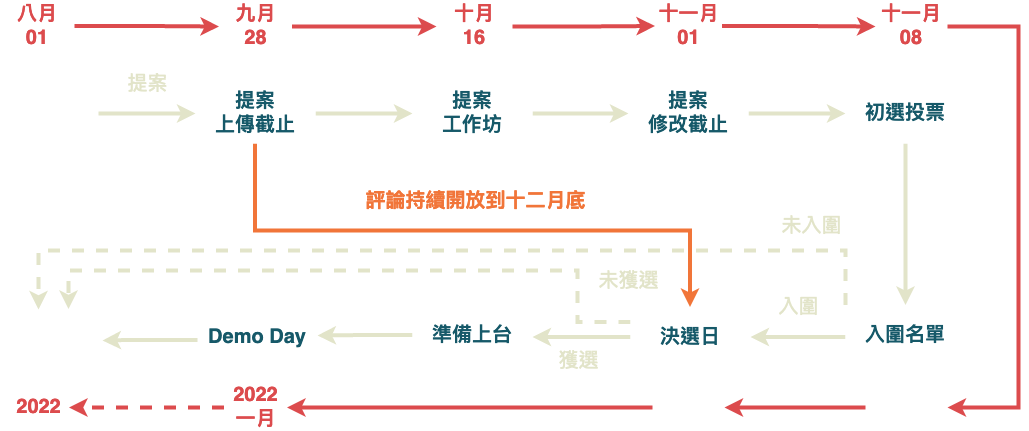
Before: static/assets/img/opencall2021-22.png, a diagram exported from draw.io (g0v/sch001-net). Source tidied: cells renumbered, new cells last; positions are measured from the earlier drawing's top-left corner, leaving out a move shared by most shapes.
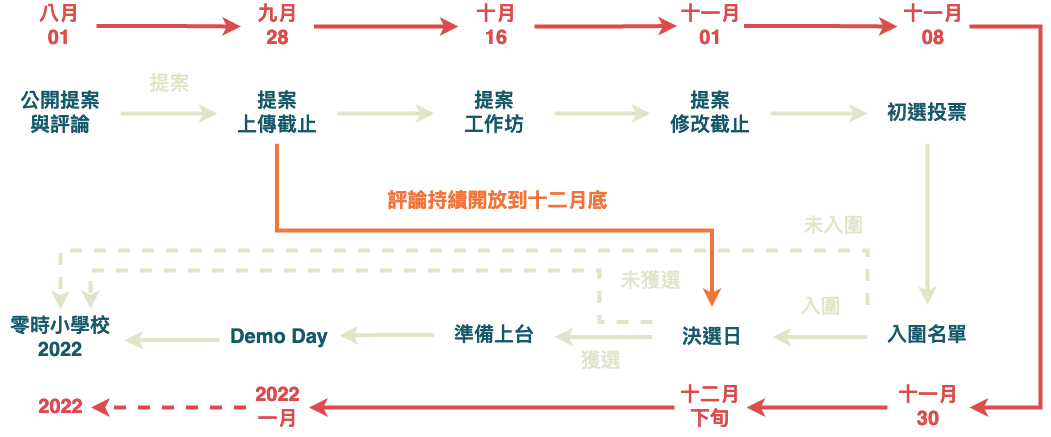
The same diagram one commit later.

What changed in the source:
```diff
@@ -34,7 +34,7 @@
     <mxCell id="8" value="&lt;div&gt;提案&lt;/div&gt;&lt;div&gt;工作坊&lt;/div&gt;" style="rounded=0;whiteSpace=wrap;html=1;fontSize=20;fontStyle=1;strokeColor=none;fontColor=#165969;" parent="1" vertex="1">
       <mxGeometry x="412" y="83" width="120" height="60" as="geometry" />
     </mxCell>
-    <mxCell id="9" style="edgeStyle=orthogonalEdgeStyle;rounded=0;html=1;jettySize=auto;strokeColor=#E2E4C9;fontColor=#E2E4C9;labelBackgroundColor=none;fontSize=20;strokeWidth=4;" parent="1" edge="1" source="11" target="38">
+    <mxCell id="9" style="edgeStyle=orthogonalEdgeStyle;rounded=0;html=1;jettySize=auto;strokeColor=#E2E4C9;fontColor=#E2E4C9;labelBackgroundColor=none;fontSize=20;strokeWidth=4;" parent="1" edge="1" source="11" target="41">
       <mxGeometry x="0.01" y="43" relative="1" as="geometry" />
     </mxCell>
     <mxCell id="10" value="篩去&lt;br style=&quot;font-size: 20px;&quot;&gt;資格不符&lt;br style=&quot;font-size: 20px;&quot;&gt;提案" style="edgeLabel;html=1;align=center;verticalAlign=middle;fontColor=#FFFFFF;labelBackgroundColor=none;fontSize=20;" parent="9" vertex="1">
@@ -63,9 +63,8 @@
         <mxPoint x="-10" y="28" as="offset" />
       </mxGeometry>
     </mxCell>
-    <mxCell id="15" style="edgeStyle=orthogonalEdgeStyle;rounded=0;html=1;exitX=0;exitY=0.25;entryX=0.75;entryY=0;dashed=1;labelBackgroundColor=none;jettySize=auto;strokeColor=#E2E4C9;strokeWidth=4;fontSize=20;fontColor=#E2E4C9;entryDx=0;entryDy=0;" parent="1" edge="1" source="17">
+    <mxCell id="15" style="edgeStyle=orthogonalEdgeStyle;rounded=0;html=1;exitX=0;exitY=0.25;entryX=0.75;entryY=0;dashed=1;labelBackgroundColor=none;jettySize=auto;strokeColor=#E2E4C9;strokeWidth=4;fontSize=20;fontColor=#E2E4C9;entryDx=0;entryDy=0;" parent="1" edge="1" source="17" target="20">
       <mxGeometry relative="1" as="geometry">
-        <mxPoint x="68" y="308.5" as="targetPoint" />
         <Array as="points">
           <mxPoint x="577" y="322" />
           <mxPoint x="577" y="270" />
@@ -89,118 +88,124 @@
     <mxCell id="19" value="準備上台" style="rounded=0;whiteSpace=wrap;html=1;fontSize=20;fontStyle=1;strokeColor=none;fontColor=#165969;" parent="1" vertex="1">
       <mxGeometry x="412" y="304.5" width="120" height="60" as="geometry" />
     </mxCell>
-    <mxCell id="20" style="edgeStyle=orthogonalEdgeStyle;rounded=0;html=1;jettySize=auto;strokeColor=#E2E4C9;strokeWidth=4;" parent="1" edge="1" target="6">
-      <mxGeometry relative="1" as="geometry">
-        <mxPoint x="98" y="113" as="sourcePoint" />
-      </mxGeometry>
+    <mxCell id="20" value="&lt;div&gt;零時小學校&lt;/div&gt;&lt;div&gt;2022&lt;/div&gt;" style="rounded=0;whiteSpace=wrap;html=1;dashed=1;fontSize=20;fontStyle=1;strokeColor=none;fontColor=#165969;" parent="1" vertex="1">
+      <mxGeometry x="-22" y="308.5" width="120" height="58" as="geometry" />
     </mxCell>
-    <mxCell id="21" value="提案" style="text;html=1;align=center;verticalAlign=middle;labelBackgroundColor=none;fontColor=#E2E4C9;fontSize=20;" parent="20" vertex="1">
-      <mxGeometry x="-0.13" y="-3" relative="1" as="geometry">
-        <mxPoint x="6" y="-33" as="offset" />
+    <mxCell id="21" style="edgeStyle=orthogonalEdgeStyle;rounded=0;html=1;jettySize=auto;strokeColor=#E2E4C9;strokeWidth=4;" parent="1" edge="1" target="6">
+      <mxGeometry relative="1" as="geometry">
+        <mxPoint x="98" y="113" as="sourcePoint" />
       </mxGeometry>
     </mxCell>
-    <mxCell id="22" style="edgeStyle=orthogonalEdgeStyle;rounded=0;html=1;exitX=1;exitY=0.5;jettySize=auto;strokeColor=#DC4B4D;fontSize=50;fontColor=#DC4B4D;strokeWidth=4;" parent="1" edge="1" source="23" target="25">
-      <mxGeometry relative="1" as="geometry" />
+    <mxCell id="22" value="提案" style="text;html=1;align=center;verticalAlign=middle;labelBackgroundColor=none;fontColor=#E2E4C9;fontSize=20;" parent="21" vertex="1">
+      <mxGeometry x="-0.13" y="-3" relative="1" as="geometry">
+        <mxPoint x="6" y="-33" as="offset" />
+      </mxGeometry>
     </mxCell>
-    <mxCell id="23" value="&lt;span&gt;九月&lt;br&gt;&lt;/span&gt;28" style="text;html=1;strokeColor=none;fillColor=none;align=center;verticalAlign=middle;whiteSpace=wrap;rounded=0;fontColor=#DC4B4D;fontSize=20;fontStyle=1;" parent="1" vertex="1">
-      <mxGeometry x="218.5" y="11" width="73" height="30" as="geometry" />
+    <mxCell id="23" style="edgeStyle=orthogonalEdgeStyle;rounded=0;html=1;exitX=1;exitY=0.5;jettySize=auto;strokeColor=#DC4B4D;fontSize=50;fontColor=#DC4B4D;strokeWidth=4;" parent="1" edge="1" source="24" target="26">
+      <mxGeometry relative="1" as="geometry" />
     </mxCell>
-    <mxCell id="24" style="edgeStyle=orthogonalEdgeStyle;rounded=0;html=1;jettySize=auto;strokeColor=#DC4B4D;strokeWidth=4;fontColor=#DC4B4D;" parent="1" edge="1" source="25" target="27">
-      <mxGeometry relative="1" as="geometry" />
+    <mxCell id="24" value="&lt;span&gt;九月&lt;br&gt;&lt;/span&gt;28" style="text;html=1;strokeColor=none;fillColor=none;align=center;verticalAlign=middle;whiteSpace=wrap;rounded=0;fontColor=#DC4B4D;fontSize=20;fontStyle=1;" parent="1" vertex="1">
+      <mxGeometry x="218.5" y="11" width="73" height="30" as="geometry" />
     </mxCell>
-    <mxCell id="25" value="&lt;span&gt;&lt;font&gt;十月&lt;br&gt;16&lt;br&gt;&lt;/font&gt;&lt;/span&gt;" style="text;html=1;strokeColor=none;fillColor=none;align=center;verticalAlign=middle;whiteSpace=wrap;rounded=0;fontColor=#DC4B4D;fontSize=20;fontStyle=1;" parent="1" vertex="1">
-      <mxGeometry x="436" y="10.5" width="76" height="31" as="geometry" />
+    <mxCell id="25" style="edgeStyle=orthogonalEdgeStyle;rounded=0;html=1;jettySize=auto;strokeColor=#DC4B4D;strokeWidth=4;fontColor=#DC4B4D;" parent="1" edge="1" source="26" target="28">
+      <mxGeometry relative="1" as="geometry" />
     </mxCell>
-    <mxCell id="26" style="edgeStyle=orthogonalEdgeStyle;rounded=0;html=1;jettySize=auto;strokeColor=#DC4B4D;strokeWidth=4;fontColor=#DC4B4D;" parent="1" edge="1" source="27" target="28">
-      <mxGeometry relative="1" as="geometry" />
+    <mxCell id="26" value="&lt;span&gt;&lt;font&gt;十月&lt;br&gt;16&lt;br&gt;&lt;/font&gt;&lt;/span&gt;" style="text;html=1;strokeColor=none;fillColor=none;align=center;verticalAlign=middle;whiteSpace=wrap;rounded=0;fontColor=#DC4B4D;fontSize=20;fontStyle=1;" parent="1" vertex="1">
+      <mxGeometry x="436" y="10.5" width="76" height="31" as="geometry" />
     </mxCell>
-    <mxCell id="27" value="&lt;span&gt;十一月&lt;br&gt;01&lt;br&gt;&lt;/span&gt;" style="text;html=1;strokeColor=none;fillColor=none;align=center;verticalAlign=middle;whiteSpace=wrap;rounded=0;fontColor=#DC4B4D;fontSize=20;fontStyle=1;" parent="1" vertex="1">
-      <mxGeometry x="654.5" y="12" width="67" height="27" as="geometry" />
+    <mxCell id="27" style="edgeStyle=orthogonalEdgeStyle;rounded=0;html=1;jettySize=auto;strokeColor=#DC4B4D;strokeWidth=4;fontColor=#DC4B4D;" parent="1" edge="1" source="28" target="29">
+      <mxGeometry relative="1" as="geometry" />
     </mxCell>
-    <mxCell id="28" value="十一月&lt;br&gt;08" style="text;html=1;strokeColor=none;fillColor=none;align=center;verticalAlign=middle;whiteSpace=wrap;rounded=0;fontColor=#DC4B4D;fontSize=20;fontStyle=1;" parent="1" vertex="1">
-      <mxGeometry x="875" y="11" width="72" height="30" as="geometry" />
+    <mxCell id="28" value="&lt;span&gt;十一月&lt;br&gt;01&lt;br&gt;&lt;/span&gt;" style="text;html=1;strokeColor=none;fillColor=none;align=center;verticalAlign=middle;whiteSpace=wrap;rounded=0;fontColor=#DC4B4D;fontSize=20;fontStyle=1;" parent="1" vertex="1">
+      <mxGeometry x="654.5" y="12" width="67" height="27" as="geometry" />
     </mxCell>
-    <mxCell id="29" style="edgeStyle=orthogonalEdgeStyle;rounded=0;html=1;jettySize=auto;strokeColor=#DC4B4D;strokeWidth=4;exitX=1;exitY=0.5;exitDx=0;exitDy=0;entryX=1;entryY=0.5;entryDx=0;entryDy=0;" parent="1" edge="1" source="28">
-      <mxGeometry relative="1" as="geometry">
-        <mxPoint x="947" y="407" as="targetPoint" />
-        <Array as="points">
-          <mxPoint x="1018" y="26" />
-          <mxPoint x="1018" y="407" />
-        </Array>
-      </mxGeometry>
+    <mxCell id="29" value="十一月&lt;br&gt;08" style="text;html=1;strokeColor=none;fillColor=none;align=center;verticalAlign=middle;whiteSpace=wrap;rounded=0;fontColor=#DC4B4D;fontSize=20;fontStyle=1;" parent="1" vertex="1">
+      <mxGeometry x="875" y="11" width="72" height="30" as="geometry" />
     </mxCell>
-    <mxCell id="30" style="edgeStyle=orthogonalEdgeStyle;rounded=0;html=1;labelBackgroundColor=none;jettySize=auto;orthogonalLoop=1;strokeColor=#DC4B4D;strokeWidth=4;fontSize=20;fontColor=#DC4B4D;" parent="1" edge="1">
+    <mxCell id="30" style="edgeStyle=orthogonalEdgeStyle;rounded=0;html=1;jettySize=auto;strokeColor=#DC4B4D;strokeWidth=4;exitX=1;exitY=0.5;exitDx=0;exitDy=0;entryX=1;entryY=0.5;entryDx=0;entryDy=0;" parent="1" edge="1" source="29" target="32">
       <mxGeometry relative="1" as="geometry">
-        <mxPoint x="865" y="407" as="sourcePoint" />
-        <mxPoint x="724" y="407" as="targetPoint" />
+        <Array as="points">
+          <mxPoint x="1018" y="26" />
+          <mxPoint x="1018" y="407" />
+        </Array>
       </mxGeometry>
     </mxCell>
-    <mxCell id="31" style="edgeStyle=orthogonalEdgeStyle;rounded=0;html=1;labelBackgroundColor=none;jettySize=auto;strokeColor=#DC4B4D;strokeWidth=4;fontSize=20;fontColor=#DC4B4D;entryX=1;entryY=0.5;entryDx=0;entryDy=0;" parent="1" edge="1" target="33">
-      <mxGeometry relative="1" as="geometry">
-        <mxPoint x="652" y="407" as="sourcePoint" />
-      </mxGeometry>
+    <mxCell id="31" style="edgeStyle=orthogonalEdgeStyle;rounded=0;html=1;labelBackgroundColor=none;jettySize=auto;strokeColor=#DC4B4D;strokeWidth=4;fontSize=20;fontColor=#DC4B4D;" parent="1" edge="1" source="32" target="34">
+      <mxGeometry relative="1" as="geometry" />
     </mxCell>
-    <mxCell id="32" style="edgeStyle=orthogonalEdgeStyle;rounded=0;html=0;dashed=1;labelBackgroundColor=none;jettySize=auto;strokeColor=#DC4B4D;strokeWidth=4;fontSize=20;fontColor=#DC4B4D;" parent="1" edge="1" source="33" target="34">
-      <mxGeometry relative="1" as="geometry" />
+    <mxCell id="32" value="&lt;div&gt;十一月&lt;/div&gt;&lt;div&gt;30&lt;br&gt;&lt;/div&gt;" style="text;html=1;strokeColor=none;fillColor=none;align=center;verticalAlign=middle;whiteSpace=wrap;rounded=0;fontColor=#DC4B4D;fontSize=20;fontStyle=1;" parent="1" vertex="1">
+      <mxGeometry x="865" y="378" width="82" height="58" as="geometry" />
     </mxCell>
-    <mxCell id="33" value="&lt;div&gt;2022&lt;br&gt;&lt;/div&gt;&lt;div&gt;一月&lt;/div&gt;" style="text;html=1;strokeColor=none;fillColor=none;align=center;verticalAlign=middle;whiteSpace=wrap;rounded=0;fontColor=#DC4B4D;fontSize=20;fontStyle=1;" parent="1" vertex="1">
-      <mxGeometry x="223.5" y="397" width="63" height="20" as="geometry" />
+    <mxCell id="33" style="edgeStyle=orthogonalEdgeStyle;rounded=0;html=1;labelBackgroundColor=none;jettySize=auto;strokeColor=#DC4B4D;strokeWidth=4;fontSize=20;fontColor=#DC4B4D;entryX=1;entryY=0.5;entryDx=0;entryDy=0;" parent="1" edge="1" source="34" target="36">
+      <mxGeometry relative="1" as="geometry" />
     </mxCell>
-    <mxCell id="34" value="2022" style="text;html=1;strokeColor=none;fillColor=none;align=center;verticalAlign=middle;whiteSpace=wrap;rounded=0;fontColor=#DC4B4D;fontSize=20;fontStyle=1;" parent="1" vertex="1">
-      <mxGeometry x="7.5" y="397" width="61" height="20" as="geometry" />
+    <mxCell id="34" value="&lt;div&gt;十二月&lt;/div&gt;&lt;div&gt;下旬&lt;br&gt;&lt;/div&gt;" style="text;html=1;strokeColor=none;fillColor=none;align=center;verticalAlign=middle;whiteSpace=wrap;rounded=0;fontColor=#DC4B4D;fontSize=20;fontStyle=1;" parent="1" vertex="1">
+      <mxGeometry x="652" y="378" width="72" height="58" as="geometry" />
     </mxCell>
-    <mxCell id="35" style="edgeStyle=orthogonalEdgeStyle;rounded=0;html=1;jettySize=auto;entryX=0;entryY=0.5;strokeColor=#DC4B4D;strokeWidth=4;endArrow=classic;endFill=1;" parent="1" edge="1" source="36" target="23">
+    <mxCell id="35" style="edgeStyle=orthogonalEdgeStyle;rounded=0;html=0;dashed=1;labelBackgroundColor=none;jettySize=auto;strokeColor=#DC4B4D;strokeWidth=4;fontSize=20;fontColor=#DC4B4D;" parent="1" edge="1" source="36" target="37">
       <mxGeometry relative="1" as="geometry" />
     </mxCell>
-    <mxCell id="36" value="&lt;span style=&quot;font-size: 20px&quot;&gt;&lt;font color=&quot;#dc4b4d&quot;&gt;八月&lt;br style=&quot;font-size: 20px&quot;&gt;01&lt;/font&gt;&lt;br&gt;&lt;/span&gt;" style="text;html=1;strokeColor=none;fillColor=none;align=center;verticalAlign=middle;whiteSpace=wrap;rounded=0;fontColor=#F14839;fontSize=20;fontStyle=1;" parent="1" vertex="1">
-      <mxGeometry y="0.5" width="74" height="50" as="geometry" />
+    <mxCell id="36" value="&lt;div&gt;2022&lt;br&gt;&lt;/div&gt;&lt;div&gt;一月&lt;/div&gt;" style="text;html=1;strokeColor=none;fillColor=none;align=center;verticalAlign=middle;whiteSpace=wrap;rounded=0;fontColor=#DC4B4D;fontSize=20;fontStyle=1;" parent="1" vertex="1">
+      <mxGeometry x="223.5" y="397" width="63" height="20" as="geometry" />
     </mxCell>
-    <mxCell id="37" style="edgeStyle=orthogonalEdgeStyle;rounded=0;html=1;labelBackgroundColor=none;jettySize=auto;strokeColor=#E2E4C9;strokeWidth=4;fontSize=20;fontColor=#F14839;" parent="1" edge="1" source="38" target="41">
-      <mxGeometry relative="1" as="geometry" />
+    <mxCell id="37" value="2022" style="text;html=1;strokeColor=none;fillColor=none;align=center;verticalAlign=middle;whiteSpace=wrap;rounded=0;fontColor=#DC4B4D;fontSize=20;fontStyle=1;" parent="1" vertex="1">
+      <mxGeometry x="7.5" y="397" width="61" height="20" as="geometry" />
     </mxCell>
-    <mxCell id="38" value="初選投票" style="rounded=0;whiteSpace=wrap;html=1;fontSize=20;fontStyle=1;strokeColor=none;fontColor=#165969;" parent="1" vertex="1">
-      <mxGeometry x="845" y="83" width="120" height="60" as="geometry" />
+    <mxCell id="38" style="edgeStyle=orthogonalEdgeStyle;rounded=0;html=1;jettySize=auto;entryX=0;entryY=0.5;strokeColor=#DC4B4D;strokeWidth=4;endArrow=classic;endFill=1;" parent="1" edge="1" source="39" target="24">
+      <mxGeometry relative="1" as="geometry" />
     </mxCell>
-    <mxCell id="39" style="edgeStyle=orthogonalEdgeStyle;rounded=0;html=1;exitX=0;exitY=0;dashed=1;labelBackgroundColor=none;jettySize=auto;strokeColor=#E2E4C9;strokeWidth=4;fontSize=20;fontColor=#E2E4C9;exitDx=0;exitDy=0;" parent="1" edge="1" source="41">
-      <mxGeometry relative="1" as="geometry">
-        <mxPoint x="38" y="309" as="targetPoint" />
-        <Array as="points">
-          <mxPoint x="845" y="250" />
-          <mxPoint x="38" y="250" />
-        </Array>
-      </mxGeometry>
+    <mxCell id="39" value="&lt;span style=&quot;font-size: 20px&quot;&gt;&lt;font color=&quot;#dc4b4d&quot;&gt;八月&lt;br style=&quot;font-size: 20px&quot;&gt;01&lt;/font&gt;&lt;br&gt;&lt;/span&gt;" style="text;html=1;strokeColor=none;fillColor=none;align=center;verticalAlign=middle;whiteSpace=wrap;rounded=0;fontColor=#F14839;fontSize=20;fontStyle=1;" parent="1" vertex="1">
+      <mxGeometry y="0.5" width="74" height="50" as="geometry" />
     </mxCell>
-    <mxCell id="40" value="未入圍" style="text;html=1;align=center;verticalAlign=middle;labelBackgroundColor=none;fontSize=20;fontColor=#E2E4C9;" parent="39" vertex="1">
-      <mxGeometry x="-0.87" y="1" relative="1" as="geometry">
-        <mxPoint x="-27" y="-26" as="offset" />
-      </mxGeometry>
+    <mxCell id="40" style="edgeStyle=orthogonalEdgeStyle;rounded=0;html=1;labelBackgroundColor=none;jettySize=auto;strokeColor=#E2E4C9;strokeWidth=4;fontSize=20;fontColor=#F14839;" parent="1" edge="1" source="41" target="44">
+      <mxGeometry relative="1" as="geometry" />
     </mxCell>
-    <mxCell id="41" value="入圍名單" style="rounded=0;whiteSpace=wrap;html=1;fontSize=20;fontStyle=1;strokeColor=none;fontColor=#165969;" parent="1" vertex="1">
-      <mxGeometry x="845" y="304.5" width="120" height="60" as="geometry" />
+    <mxCell id="41" value="初選投票" style="rounded=0;whiteSpace=wrap;html=1;fontSize=20;fontStyle=1;strokeColor=none;fontColor=#165969;" parent="1" vertex="1">
+      <mxGeometry x="845" y="83" width="120" height="60" as="geometry" />
     </mxCell>
-    <mxCell id="42" value="&lt;div&gt;社群&lt;/div&gt;&lt;div&gt;投票&lt;br&gt;&lt;/div&gt;" style="edgeLabel;html=1;align=center;verticalAlign=middle;fontColor=#FFFFFF;labelBackgroundColor=none;fontSize=20;" parent="1" vertex="1">
-      <mxGeometry x="957" y="220" as="geometry">
-        <mxPoint x="-11" y="3" as="offset" />
+    <mxCell id="42" style="edgeStyle=orthogonalEdgeStyle;rounded=0;html=1;exitX=0;exitY=0;dashed=1;labelBackgroundColor=none;jettySize=auto;strokeColor=#E2E4C9;strokeWidth=4;fontSize=20;fontColor=#E2E4C9;exitDx=0;exitDy=0;" parent="1" edge="1" source="44">
+      <mxGeometry relative="1" as="geometry">
+        <mxPoint x="38" y="309" as="targetPoint" />
+        <Array as="points">
+          <mxPoint x="845" y="250" />
+          <mxPoint x="38" y="250" />
+        </Array>
       </mxGeometry>
     </mxCell>
-    <mxCell id="43" value="入圍" style="text;html=1;align=center;verticalAlign=middle;labelBackgroundColor=none;fontSize=20;fontColor=#E2E4C9;" parent="1" vertex="1">
-      <mxGeometry x="797" y="306.5" as="geometry" />
+    <mxCell id="43" value="未入圍" style="text;html=1;align=center;verticalAlign=middle;labelBackgroundColor=none;fontSize=20;fontColor=#E2E4C9;" parent="42" vertex="1">
+      <mxGeometry x="-0.87" y="1" relative="1" as="geometry">
+        <mxPoint x="-27" y="-26" as="offset" />
+      </mxGeometry>
     </mxCell>
-    <mxCell id="44" value="&lt;div&gt;Demo Day&lt;br&gt;&lt;/div&gt;" style="rounded=0;whiteSpace=wrap;html=1;fontSize=20;fontStyle=1;strokeColor=none;fontColor=#165969;" parent="1" vertex="1">
-      <mxGeometry x="197" y="306.5" width="120" height="60" as="geometry" />
+    <mxCell id="44" value="入圍名單" style="rounded=0;whiteSpace=wrap;html=1;fontSize=20;fontStyle=1;strokeColor=none;fontColor=#165969;" parent="1" vertex="1">
+      <mxGeometry x="845" y="304.5" width="120" height="60" as="geometry" />
     </mxCell>
-    <mxCell id="45" style="edgeStyle=orthogonalEdgeStyle;rounded=0;html=1;labelBackgroundColor=none;jettySize=auto;orthogonalLoop=1;strokeColor=#E2E4C9;strokeWidth=4;fontSize=20;fontColor=#165969;" parent="1" edge="1">
-      <mxGeometry relative="1" as="geometry">
-        <mxPoint x="197" y="339.5" as="sourcePoint" />
-        <mxPoint x="102" y="340" as="targetPoint" />
-        <Array as="points">
-          <mxPoint x="127" y="340" />
-          <mxPoint x="127" y="340" />
-        </Array>
-      </mxGeometry>
+    <mxCell id="45" value="公開提案&lt;br&gt;與評論" style="rounded=0;whiteSpace=wrap;html=1;fontSize=20;fontStyle=1;strokeColor=none;fontColor=#165969;" parent="1" vertex="1">
+      <mxGeometry x="-22" y="83" width="120" height="60" as="geometry" />
     </mxCell>
-    <mxCell id="46" value="持續&lt;br&gt;修改&lt;br&gt;提案" style="edgeLabel;html=1;align=center;verticalAlign=middle;fontSize=20;fontColor=#FFFFFF;labelBackgroundColor=none;" parent="1" vertex="1">
-      <mxGeometry x="577" y="70" as="geometry" />
+    <mxCell id="46" value="&lt;div&gt;社群&lt;/div&gt;&lt;div&gt;投票&lt;br&gt;&lt;/div&gt;" style="edgeLabel;html=1;align=center;verticalAlign=middle;fontColor=#FFFFFF;labelBackgroundColor=none;fontSize=20;" parent="1" vertex="1">
+      <mxGeometry x="957" y="220" as="geometry">
+        <mxPoint x="-11" y="3" as="offset" />
+      </mxGeometry>
     </mxCell>
+    <mxCell id="47" value="入圍" style="text;html=1;align=center;verticalAlign=middle;labelBackgroundColor=none;fontSize=20;fontColor=#E2E4C9;" parent="1" vertex="1">
+      <mxGeometry x="797" y="306.5" as="geometry" />
+    </mxCell>
+    <mxCell id="48" value="&lt;div&gt;Demo Day&lt;br&gt;&lt;/div&gt;" style="rounded=0;whiteSpace=wrap;html=1;fontSize=20;fontStyle=1;strokeColor=none;fontColor=#165969;" parent="1" vertex="1">
+      <mxGeometry x="197" y="306.5" width="120" height="60" as="geometry" />
+    </mxCell>
+    <mxCell id="49" style="edgeStyle=orthogonalEdgeStyle;rounded=0;html=1;labelBackgroundColor=none;jettySize=auto;orthogonalLoop=1;strokeColor=#E2E4C9;strokeWidth=4;fontSize=20;fontColor=#165969;" parent="1" edge="1">
+      <mxGeometry relative="1" as="geometry">
+        <mxPoint x="197" y="339.5" as="sourcePoint" />
+        <mxPoint x="102" y="340" as="targetPoint" />
+        <Array as="points">
+          <mxPoint x="127" y="340" />
+          <mxPoint x="127" y="340" />
+        </Array>
+      </mxGeometry>
+    </mxCell>
+    <mxCell id="50" value="持續&lt;br&gt;修改&lt;br&gt;提案" style="edgeLabel;html=1;align=center;verticalAlign=middle;fontSize=20;fontColor=#FFFFFF;labelBackgroundColor=none;" parent="1" vertex="1">
+      <mxGeometry x="577" y="70" as="geometry" />
+    </mxCell>
   </root>
 </mxGraphModel>
```
